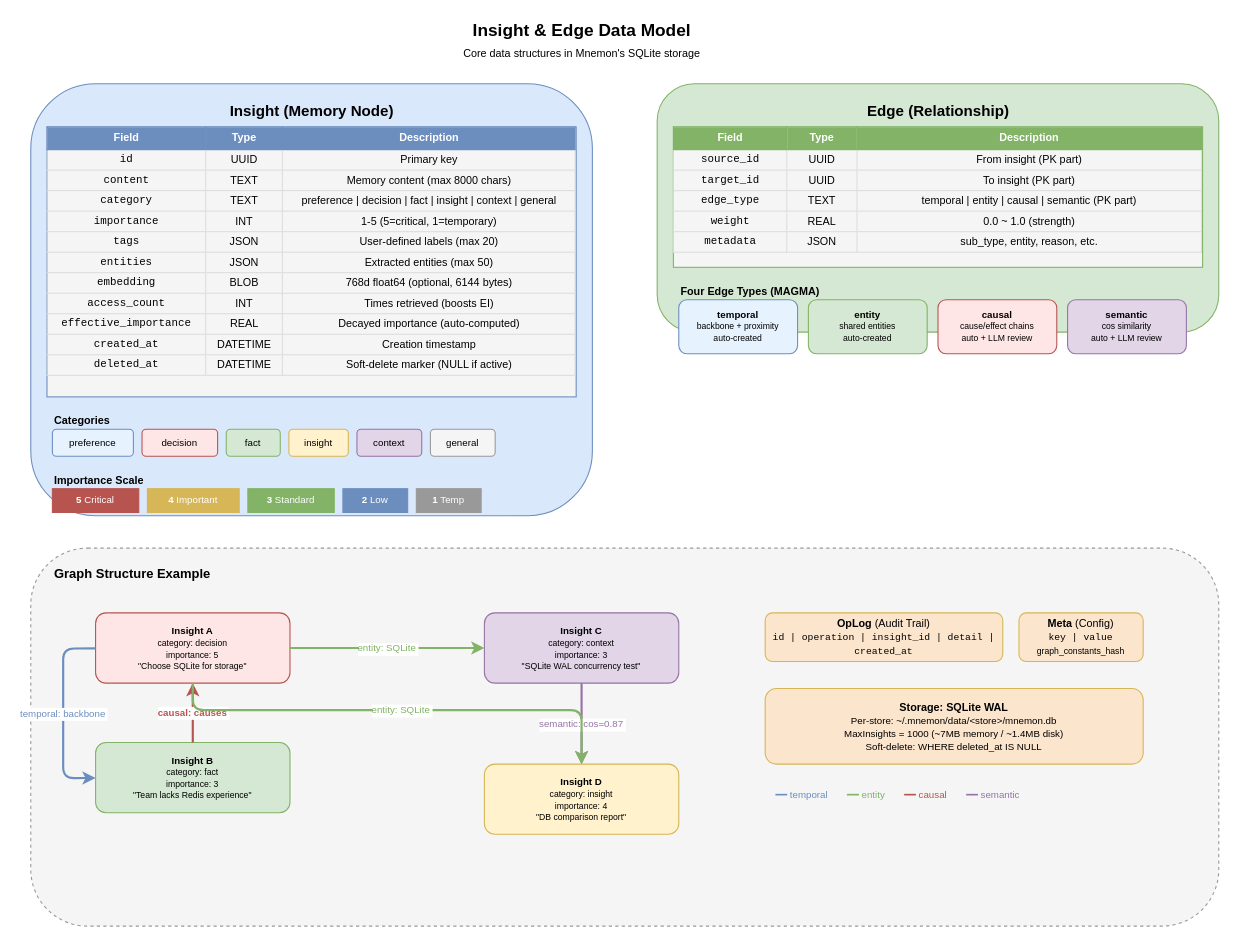
Earlier version of the draw.io diagram docs/diagrams/09-insight-edge-datamodel.drawio (bissli/memman). Source tidied: cells renumbered, new cells numbered last; positions are measured from the earlier drawing's top-left corner, leaving out a move shared by most shapes. Both pictures are drawn from the tidied source at 108%, with x=0, y=0 at pixel (30, 18).
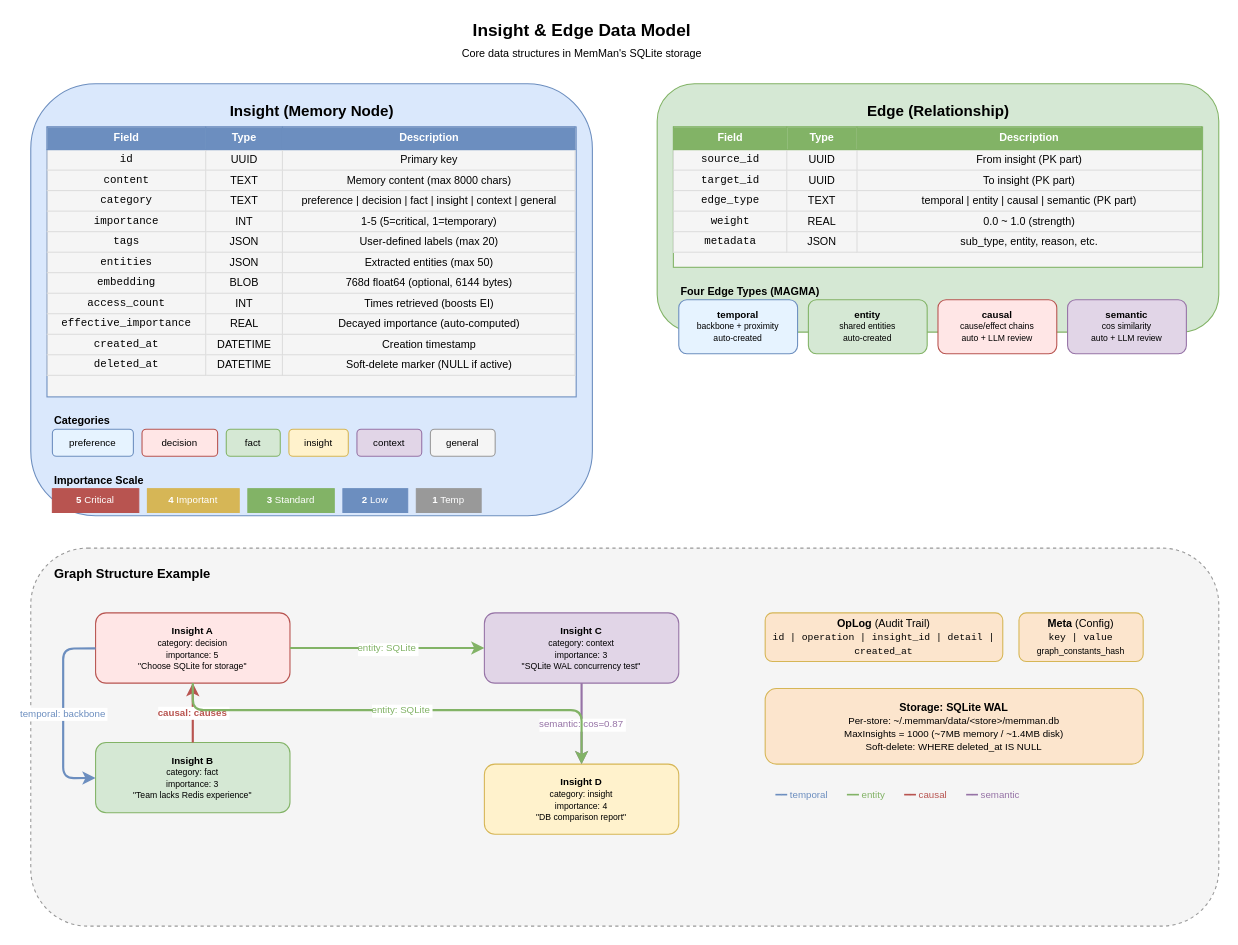
The same page after the edit.

What changed in the source:
```diff
@@
-    <mxCell id="2" value="&lt;b&gt;Insight &amp; Edge Data Model&lt;/b&gt;&lt;br&gt;&lt;font style=&quot;font-size:10px&quot;&gt;Core data structures in Mnemon's SQLite storage&lt;/font&gt;" style="text;html=1;align=center;verticalAlign=middle;fontSize=16;strokeColor=none;fillColor=none;" parent="1" vertex="1">
+    <mxCell id="2" value="&lt;b&gt;Insight &amp; Edge Data Model&lt;/b&gt;&lt;br&gt;&lt;font style=&quot;font-size:10px&quot;&gt;Core data structures in MemMan's SQLite storage&lt;/font&gt;" style="text;html=1;align=center;verticalAlign=middle;fontSize=16;strokeColor=none;fillColor=none;" parent="1" vertex="1">
       <mxGeometry x="310" width="400" height="40" as="geometry" />
     </mxCell>
@@
-    <mxCell id="40" value="&lt;b&gt;Storage: SQLite WAL&lt;/b&gt;&lt;br&gt;&lt;font style=&quot;font-size:9px&quot;&gt;Per-store: ~/.mnemon/data/&amp;lt;store&amp;gt;/mnemon.db&lt;br&gt;MaxInsights = 1000 (~7MB memory / ~1.4MB disk)&lt;br&gt;Soft-delete: WHERE deleted_at IS NULL&lt;/font&gt;" style="rounded=1;whiteSpace=wrap;html=1;fillColor=#fce5cd;strokeColor=#d6b656;fontSize=10;" parent="1" vertex="1">
+    <mxCell id="40" value="&lt;b&gt;Storage: SQLite WAL&lt;/b&gt;&lt;br&gt;&lt;font style=&quot;font-size:9px&quot;&gt;Per-store: ~/.memman/data/&amp;lt;store&amp;gt;/memman.db&lt;br&gt;MaxInsights = 1000 (~7MB memory / ~1.4MB disk)&lt;br&gt;Soft-delete: WHERE deleted_at IS NULL&lt;/font&gt;" style="rounded=1;whiteSpace=wrap;html=1;fillColor=#fce5cd;strokeColor=#d6b656;fontSize=10;" parent="1" vertex="1">
       <mxGeometry x="680" y="620" width="350" height="70" as="geometry" />
     </mxCell>
```
